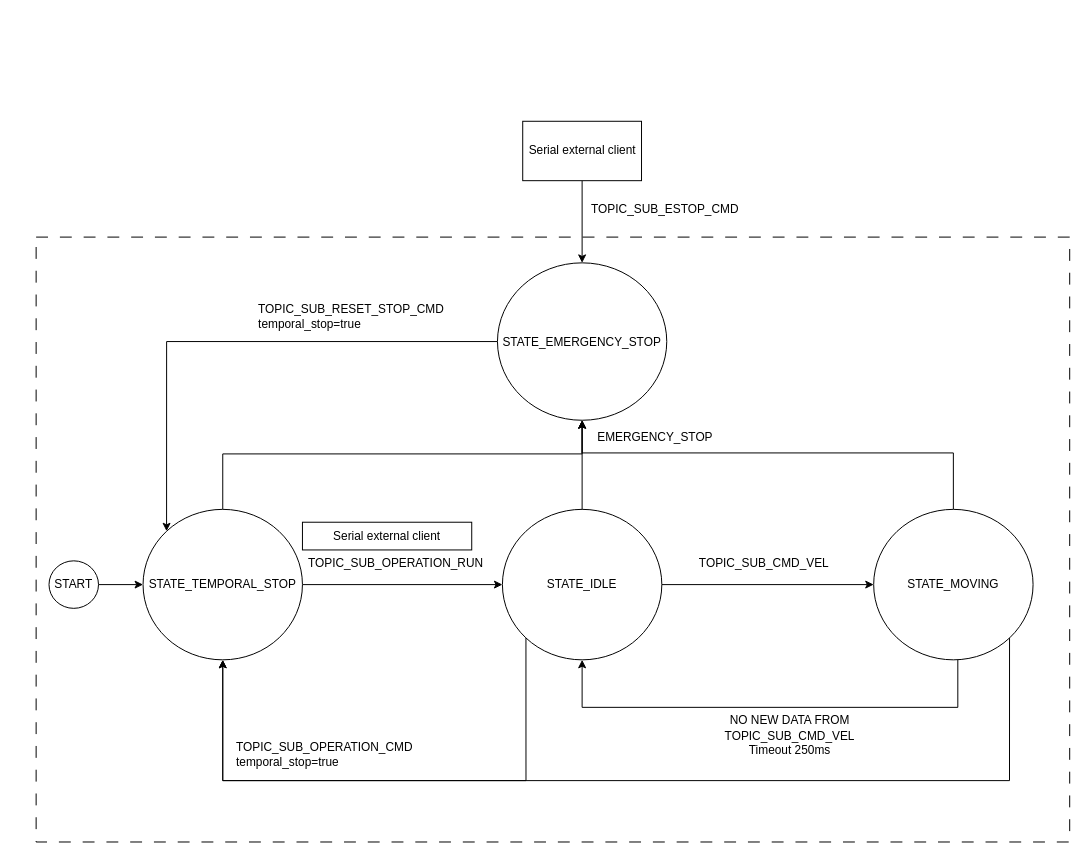
The draw.io diagram page "FSM" (2 of 5) of docs/device.drawio in ipobletev/yahboom-stm32f103-ros-boardcontrol, before the edit. Source tidied: cells renumbered, new cells numbered last; positions are measured from the earlier drawing's top-left corner, leaving out a move shared by most shapes. Both pictures are drawn from the tidied source at 99%, with x=0, y=0 at pixel (36, 121).
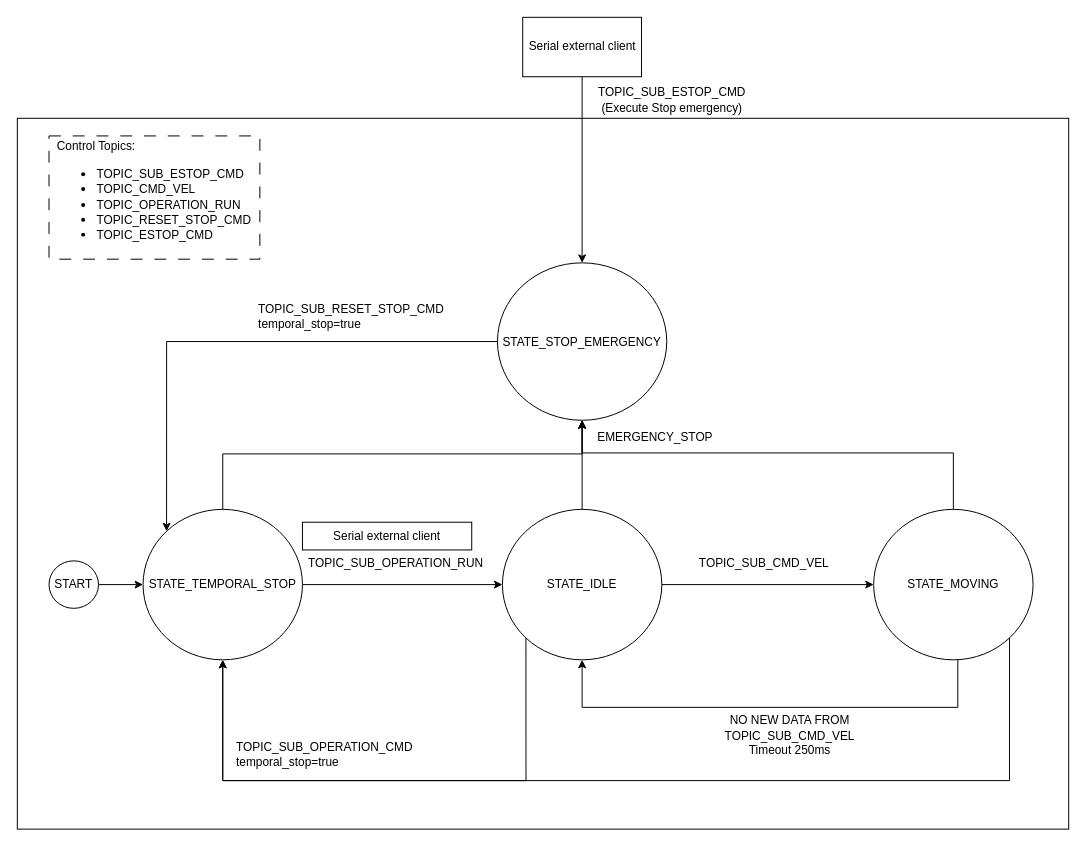
Above is the later version.

Commit message (it also covers changes not shown here):
added estop variable for machine info

What changed in the source:
```diff
@@
-    <mxCell id="2" style="rounded=0;whiteSpace=wrap;html=1;hachureGap=4;fontFamily=Architects Daughter;dashed=1;dashPattern=12 12;" parent="1" vertex="1">
-      <mxGeometry y="117" width="1044" height="611" as="geometry" />
+    <mxCell id="2" style="rounded=0;whiteSpace=wrap;html=1;hachureGap=4;fontFamily=Architects Daughter;" parent="1" vertex="1">
+      <mxGeometry x="-19" y="-3" width="1062" height="718" as="geometry" />
     </mxCell>
@@
-    <mxCell id="9" value="&lt;font face=&quot;Helvetica&quot;&gt;STATE_EMERGENCY_STOP&lt;/font&gt;" style="ellipse;whiteSpace=wrap;html=1;hachureGap=4;fontFamily=Architects Daughter;" parent="1" vertex="1">
+    <mxCell id="9" value="&lt;font face=&quot;Helvetica&quot;&gt;STATE_STOP_&lt;/font&gt;&lt;span style=&quot;font-family: Helvetica;&quot;&gt;EMERGENCY&lt;/span&gt;" style="ellipse;whiteSpace=wrap;html=1;hachureGap=4;fontFamily=Architects Daughter;" parent="1" vertex="1">
       <mxGeometry x="466" y="143" width="171" height="159" as="geometry" />
     </mxCell>
@@
     <mxCell id="25" value="&lt;font face=&quot;Helvetica&quot;&gt;Serial external client&lt;br&gt;&lt;/font&gt;" style="rounded=0;whiteSpace=wrap;html=1;hachureGap=4;fontFamily=Architects Daughter;" parent="1" vertex="1">
-      <mxGeometry x="491.5" width="120" height="60" as="geometry" />
+      <mxGeometry x="491.5" y="-105" width="120" height="60" as="geometry" />
     </mxCell>
-    <mxCell id="26" value="&lt;font face=&quot;Helvetica&quot;&gt;TOPIC_SUB_ESTOP_CMD&lt;/font&gt;" style="text;html=1;align=center;verticalAlign=middle;strokeColor=none;fillColor=none;fontFamily=Architects Daughter;" parent="1" vertex="1">
-      <mxGeometry x="551" y="75" width="167" height="27" as="geometry" />
+    <mxCell id="26" value="&lt;font face=&quot;Helvetica&quot;&gt;TOPIC_SUB_ESTOP_CMD&lt;br&gt;(&lt;/font&gt;&lt;span style=&quot;font-family: Helvetica;&quot;&gt;Execute Stop emergency&lt;/span&gt;&lt;font face=&quot;Helvetica&quot;&gt;)&lt;/font&gt;" style="text;html=1;align=center;verticalAlign=middle;strokeColor=none;fillColor=none;fontFamily=Architects Daughter;" parent="1" vertex="1">
+      <mxGeometry x="558" y="-43" width="167" height="43" as="geometry" />
     </mxCell>
@@
+    <mxCell id="28" value="&lt;div style=&quot;text-align: left;&quot;&gt;&lt;span style=&quot;font-family: Helvetica; background-color: initial;&quot;&gt;Control Topics:&lt;/span&gt;&lt;/div&gt;&lt;div&gt;&lt;ul&gt;&lt;li style=&quot;text-align: left;&quot;&gt;&lt;font face=&quot;Helvetica&quot;&gt;TOPIC_SUB_ESTOP_CMD&lt;br&gt;&lt;/font&gt;&lt;/li&gt;&lt;li style=&quot;text-align: left;&quot;&gt;&lt;font face=&quot;Helvetica&quot;&gt;TOPIC_CMD_VEL&lt;br&gt;&lt;/font&gt;&lt;/li&gt;&lt;li style=&quot;text-align: left;&quot;&gt;&lt;font face=&quot;Helvetica&quot;&gt;TOPIC_OPERATION_RUN&lt;br&gt;&lt;/font&gt;&lt;/li&gt;&lt;li style=&quot;text-align: left;&quot;&gt;&lt;font face=&quot;Helvetica&quot;&gt;&lt;span style=&quot;text-align: center;&quot;&gt;TOPIC_RESET_STOP_CMD&lt;/span&gt;&lt;br&gt;&lt;/font&gt;&lt;/li&gt;&lt;li style=&quot;text-align: left;&quot;&gt;&lt;font face=&quot;Helvetica&quot;&gt;&lt;span style=&quot;text-align: center;&quot;&gt;TOPIC_ESTOP_CMD&lt;/span&gt;&lt;/font&gt;&lt;/li&gt;&lt;/ul&gt;&lt;/div&gt;" style="rounded=0;whiteSpace=wrap;html=1;hachureGap=4;fontFamily=Architects Daughter;dashed=1;dashPattern=12 12;" parent="1" vertex="1">
+      <mxGeometry x="13" y="14.8" width="213" height="124.5" as="geometry" />
+    </mxCell>
```
